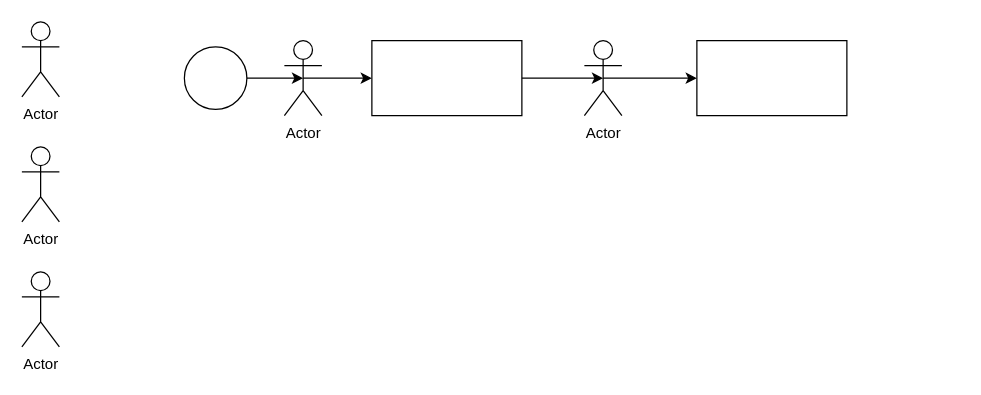
GeersonMena/DiagramasDraw keeps this draw.io diagram as Envio de Comprobante de Dolares en Solicitudes de Pago/Diagrama sin título.drawio. Above is the earlier version. Source tidied: cells renumbered, new cells numbered last; positions are measured from the earlier drawing's top-left corner, leaving out a move shared by most shapes. Both pictures are drawn from the tidied source at 125%, with x=0, y=0 at pixel (21, 21).
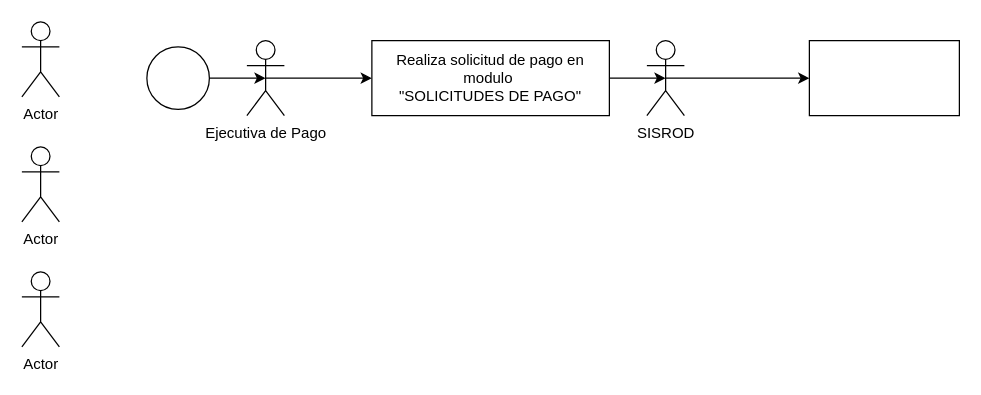
Above is the later version.

What changed in the source:
```diff
@@
 <mxGraphModel>
   <root>
     <mxCell id="0" />
     <mxCell id="1" parent="0" />
     <mxCell id="2" style="ellipse;whiteSpace=wrap;html=1;" parent="1" vertex="1">
-      <mxGeometry x="130" y="20" width="50" height="50" as="geometry" />
+      <mxGeometry x="100" y="20" width="50" height="50" as="geometry" />
     </mxCell>
     <mxCell id="3" value="Actor" style="shape=umlActor;verticalLabelPosition=bottom;verticalAlign=top;html=1;" parent="1" vertex="1">
       <mxGeometry width="30" height="60" as="geometry" />
     </mxCell>
     <mxCell id="4" style="edgeStyle=orthogonalEdgeStyle;rounded=0;jettySize=auto;html=1;exitX=0.5;exitY=0.5;exitDx=0;exitDy=0;exitPerimeter=0;entryX=0;entryY=0.5;entryDx=0;entryDy=0;" parent="1" edge="1" source="5" target="6">
       <mxGeometry relative="1" as="geometry" />
     </mxCell>
-    <mxCell id="5" value="Actor" style="shape=umlActor;verticalLabelPosition=bottom;verticalAlign=top;html=1;outlineConnect=0;" parent="1" vertex="1">
-      <mxGeometry x="210" y="15" width="30" height="60" as="geometry" />
+    <mxCell id="5" value="Ejecutiva de Pago" style="shape=umlActor;verticalLabelPosition=bottom;verticalAlign=top;html=1;outlineConnect=0;" parent="1" vertex="1">
+      <mxGeometry x="180" y="15" width="30" height="60" as="geometry" />
     </mxCell>
-    <mxCell id="6" style="rounded=0;whiteSpace=wrap;html=1;" parent="1" vertex="1">
-      <mxGeometry x="280" y="15" width="120" height="60" as="geometry" />
+    <mxCell id="6" value="&lt;div style=&quot;&quot;&gt;Realiza solicitud de pago en modulo&amp;nbsp;&lt;/div&gt;&lt;div style=&quot;&quot;&gt;&quot;SOLICITUDES DE PAGO&quot;&lt;br&gt;&lt;/div&gt;" style="rounded=0;whiteSpace=wrap;html=1;" parent="1" vertex="1">
+      <mxGeometry x="280" y="15" width="190" height="60" as="geometry" />
     </mxCell>
     <mxCell id="7" value="Actor" style="shape=umlActor;verticalLabelPosition=bottom;verticalAlign=top;html=1;" parent="1" vertex="1">
       <mxGeometry y="100" width="30" height="60" as="geometry" />
     </mxCell>
     <mxCell id="8" value="Actor" style="shape=umlActor;verticalLabelPosition=bottom;verticalAlign=top;html=1;" parent="1" vertex="1">
       <mxGeometry y="200" width="30" height="60" as="geometry" />
     </mxCell>
     <mxCell id="9" style="edgeStyle=orthogonalEdgeStyle;rounded=0;jettySize=auto;html=1;exitX=0.5;exitY=0.5;exitDx=0;exitDy=0;exitPerimeter=0;entryX=0;entryY=0.5;entryDx=0;entryDy=0;" parent="1" edge="1" source="10" target="11">
       <mxGeometry relative="1" as="geometry" />
     </mxCell>
-    <mxCell id="10" value="Actor" style="shape=umlActor;verticalLabelPosition=bottom;verticalAlign=top;html=1;outlineConnect=0;" parent="1" vertex="1">
-      <mxGeometry x="450" y="15" width="30" height="60" as="geometry" />
+    <mxCell id="10" value="SISROD" style="shape=umlActor;verticalLabelPosition=bottom;verticalAlign=top;html=1;outlineConnect=0;" parent="1" vertex="1">
+      <mxGeometry x="500" y="15" width="30" height="60" as="geometry" />
     </mxCell>
     <mxCell id="11" style="rounded=0;whiteSpace=wrap;html=1;" parent="1" vertex="1">
-      <mxGeometry x="540" y="15" width="120" height="60" as="geometry" />
+      <mxGeometry x="630" y="15" width="120" height="60" as="geometry" />
     </mxCell>
     <mxCell id="12" style="edgeStyle=orthogonalEdgeStyle;rounded=0;jettySize=auto;html=1;exitX=1;exitY=0.5;exitDx=0;exitDy=0;entryX=0.5;entryY=0.5;entryDx=0;entryDy=0;entryPerimeter=0;" parent="1" edge="1" source="2" target="5">
       <mxGeometry relative="1" as="geometry" />
     </mxCell>
     <mxCell id="13" style="edgeStyle=orthogonalEdgeStyle;rounded=0;jettySize=auto;html=1;exitX=1;exitY=0.5;exitDx=0;exitDy=0;entryX=0.5;entryY=0.5;entryDx=0;entryDy=0;entryPerimeter=0;" parent="1" edge="1" source="6" target="10">
       <mxGeometry relative="1" as="geometry" />
     </mxCell>
   </root>
 </mxGraphModel>
```
